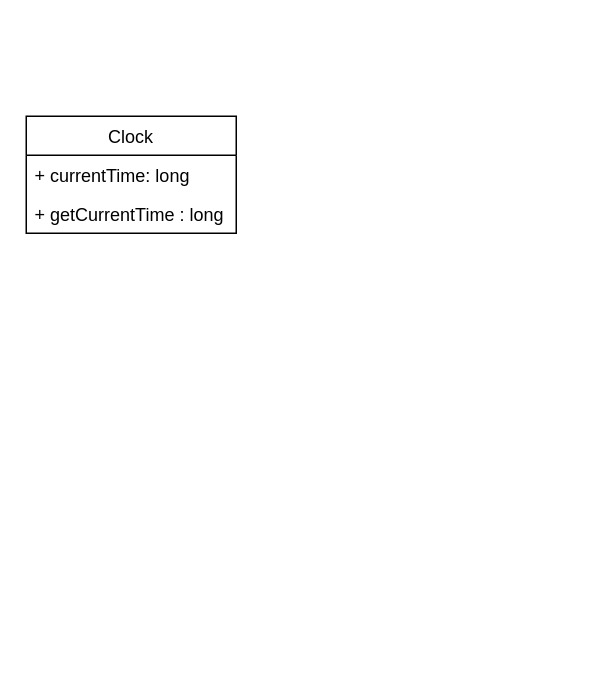
The draw.io diagram class.drawio in promsoc-arlon-be/Uml, before the edit. Source tidied: cells renumbered, new cells numbered last; positions are measured from the earlier drawing's top-left corner, leaving out a move shared by most shapes. Both pictures are drawn from the tidied source at 150%, with x=0, y=0 at pixel (26, 116).
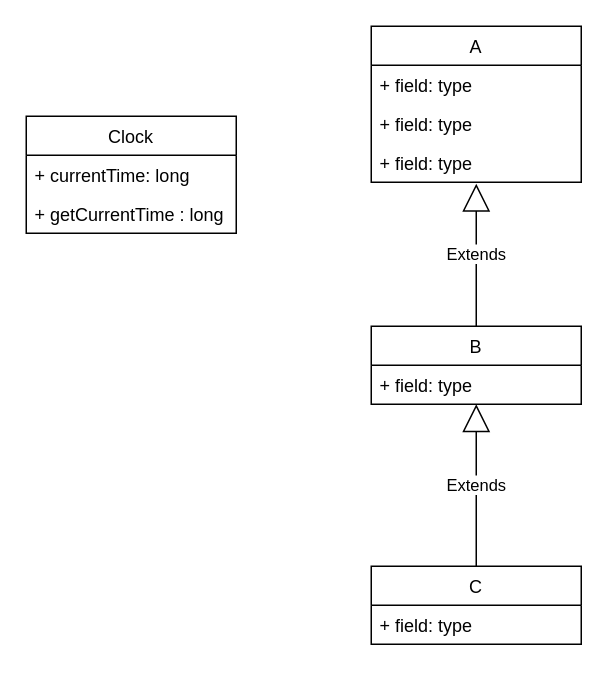
Above is the later version.

What changed in the source:
```diff
@@
 <mxGraphModel>
   <root>
     <mxCell id="0" />
     <mxCell id="1" parent="0" />
     <mxCell id="2" value="Clock" style="swimlane;fontStyle=0;horizontal=1;startSize=26;fillColor=none;" parent="1" vertex="1">
       <mxGeometry width="140" height="78" as="geometry" />
     </mxCell>
     <mxCell id="3" value="+ currentTime: long" style="text;strokeColor=none;fillColor=none;align=left;verticalAlign=top;spacingLeft=4;spacingRight=4;overflow=hidden;" parent="2" vertex="1">
       <mxGeometry y="26" width="140" height="26" as="geometry" />
     </mxCell>
     <mxCell id="4" value="+ getCurrentTime : long" style="text;strokeColor=none;fillColor=none;align=left;verticalAlign=top;spacingLeft=4;spacingRight=4;overflow=hidden;" parent="2" vertex="1">
       <mxGeometry y="52" width="140" height="26" as="geometry" />
     </mxCell>
+    <mxCell id="5" value="A" style="swimlane;fontStyle=0;horizontal=1;startSize=26;fillColor=none;" parent="1" vertex="1">
+      <mxGeometry x="230" y="-60" width="140" height="104" as="geometry" />
+    </mxCell>
+    <mxCell id="6" value="+ field: type" style="text;strokeColor=none;fillColor=none;align=left;verticalAlign=top;spacingLeft=4;spacingRight=4;overflow=hidden;" parent="5" vertex="1">
+      <mxGeometry y="26" width="140" height="26" as="geometry" />
+    </mxCell>
+    <mxCell id="7" value="+ field: type" style="text;strokeColor=none;fillColor=none;align=left;verticalAlign=top;spacingLeft=4;spacingRight=4;overflow=hidden;" parent="5" vertex="1">
+      <mxGeometry y="52" width="140" height="26" as="geometry" />
+    </mxCell>
+    <mxCell id="8" value="+ field: type" style="text;strokeColor=none;fillColor=none;align=left;verticalAlign=top;spacingLeft=4;spacingRight=4;overflow=hidden;" parent="5" vertex="1">
+      <mxGeometry y="78" width="140" height="26" as="geometry" />
+    </mxCell>
+    <mxCell id="9" value="B" style="swimlane;fontStyle=0;horizontal=1;startSize=26;fillColor=none;" parent="1" vertex="1">
+      <mxGeometry x="230" y="140" width="140" height="52" as="geometry" />
+    </mxCell>
+    <mxCell id="10" value="+ field: type" style="text;strokeColor=none;fillColor=none;align=left;verticalAlign=top;spacingLeft=4;spacingRight=4;overflow=hidden;points=[[0,0.5],[1,0.5]];portConstraint=eastwest;" parent="9" vertex="1">
+      <mxGeometry y="26" width="140" height="26" as="geometry" />
+    </mxCell>
+    <mxCell id="11" value="C" style="swimlane;fontStyle=0;horizontal=1;startSize=26;fillColor=none;" parent="1" vertex="1">
+      <mxGeometry x="230" y="300" width="140" height="52" as="geometry" />
+    </mxCell>
+    <mxCell id="12" value="+ field: type" style="text;strokeColor=none;fillColor=none;align=left;verticalAlign=top;spacingLeft=4;spacingRight=4;overflow=hidden;" parent="11" vertex="1">
+      <mxGeometry y="26" width="140" height="26" as="geometry" />
+    </mxCell>
+    <mxCell id="13" value="Extends" style="endArrow=block;endSize=16;endFill=0;html=1;exitX=0.5;exitY=0;exitDx=0;exitDy=0;" parent="1" edge="1" source="9">
+      <mxGeometry relative="1" as="geometry">
+        <mxPoint x="300" y="45" as="targetPoint" />
+      </mxGeometry>
+    </mxCell>
+    <mxCell id="14" value="Extends" style="endArrow=block;endSize=16;endFill=0;html=1;exitX=0.5;exitY=0;exitDx=0;exitDy=0;" parent="1" edge="1" source="11" target="10">
+      <mxGeometry relative="1" as="geometry" />
+    </mxCell>
   </root>
 </mxGraphModel>
```
